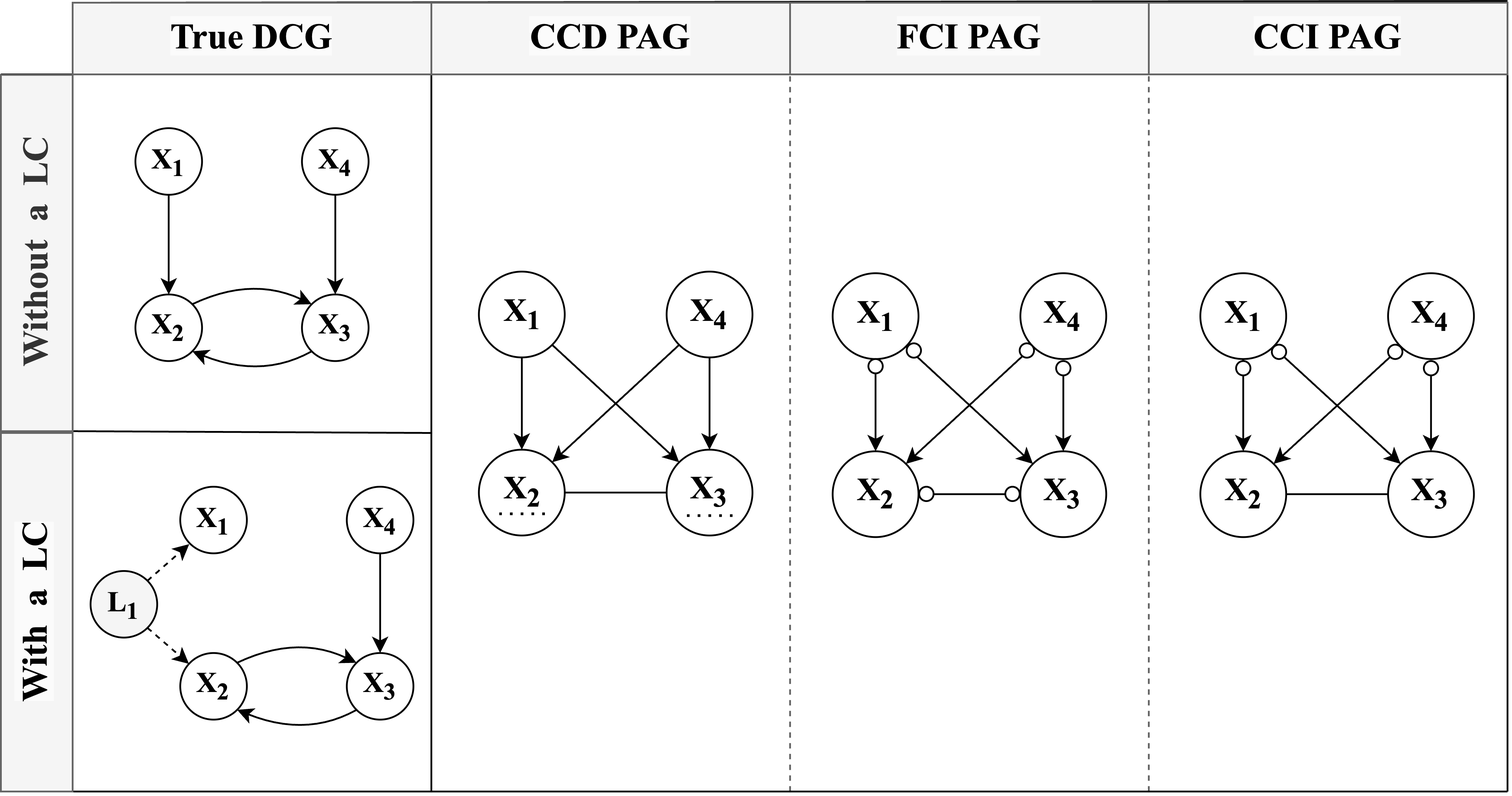
The draw.io diagram others/Research Report/figures/overviewalgo.png in KyuriP/Discovering_CCM, before a commit. Source tidied: cells renumbered, new cells last; positions are measured from the earlier drawing's top-left corner, leaving out a move shared by most shapes.
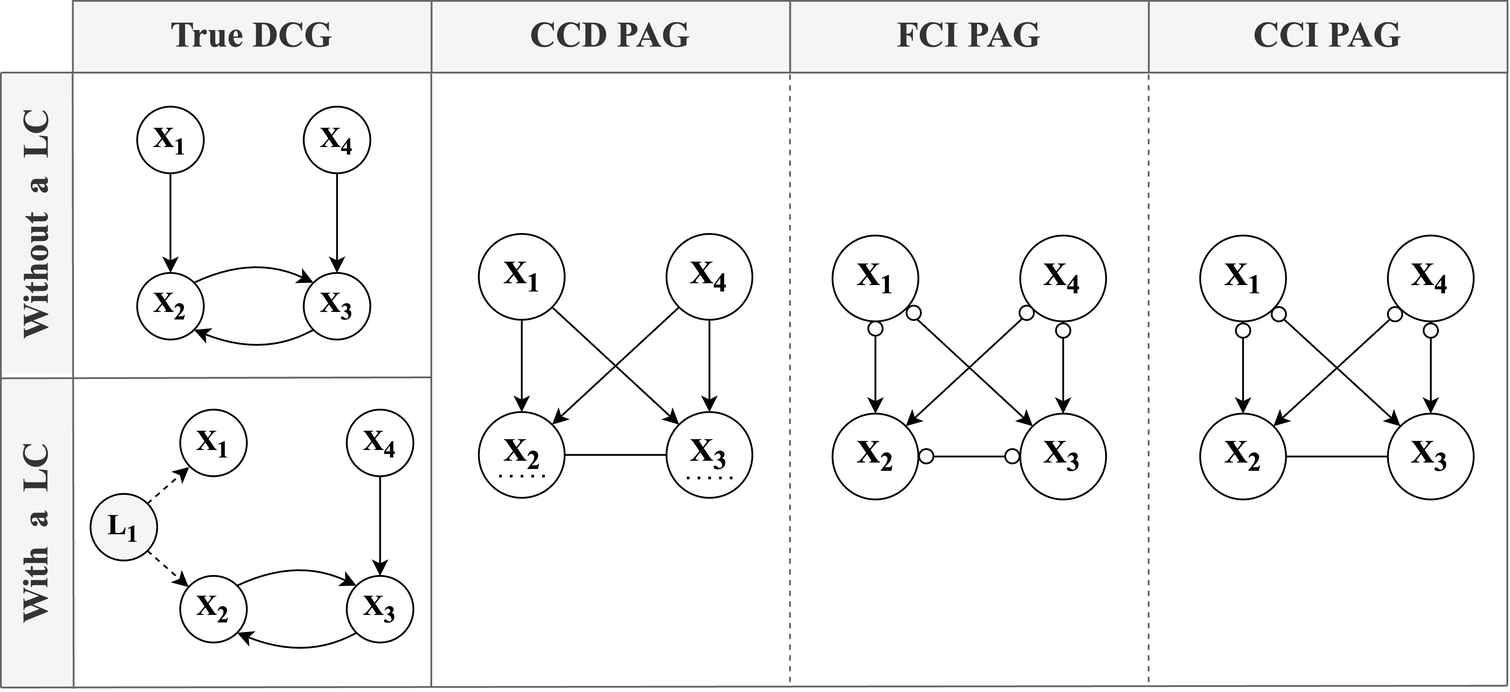
The same file after the commit.

What changed in the source:
```diff
@@ -2,85 +2,67 @@
   <root>
     <mxCell id="0" />
     <mxCell id="1" parent="0" />
+    <mxCell id="17" value="&lt;b style=&quot;border-color: var(--border-color);&quot;&gt;With&amp;nbsp; a&amp;nbsp; LC&lt;/b&gt;" style="text;whiteSpace=wrap;html=1;fontSize=20;fontFamily=Times New Roman;rotation=-90;fillColor=#f5f5f5;fontColor=#333333;strokeColor=none;align=center;" parent="1" vertex="1">
+      <mxGeometry x="14" y="298.1" width="173.1" height="40" as="geometry" />
+    </mxCell>
+    <mxCell id="16" value="&lt;div style=&quot;&quot;&gt;&lt;span style=&quot;background-color: initial;&quot;&gt;&lt;b&gt;Without&amp;nbsp; a&amp;nbsp; LC&lt;/b&gt;&lt;/span&gt;&lt;/div&gt;" style="text;whiteSpace=wrap;html=1;fontSize=20;fontFamily=Times New Roman;flipH=1;flipV=1;direction=west;rotation=-90;fillColor=#f5f5f5;fontColor=#333333;strokeColor=none;align=center;" parent="1" vertex="1">
+      <mxGeometry x="17.4" y="125.4" width="167.1" height="40" as="geometry" />
+    </mxCell>
-    <mxCell id="2" style="endArrow=none;html=1;rounded=0;" parent="1" edge="1">
+    <mxCell id="2" style="endArrow=none;html=1;rounded=0;strokeColor=#666666;" parent="1" edge="1">
       <mxGeometry relative="1" as="geometry">
-        <mxPoint x="320" y="441" as="sourcePoint" />
-        <mxPoint x="320" y="1" as="targetPoint" />
+        <mxPoint x="320" y="404" as="sourcePoint" />
+        <mxPoint x="320" y="23" as="targetPoint" />
       </mxGeometry>
     </mxCell>
-    <mxCell id="3" style="endArrow=none;html=1;rounded=0;" parent="1" edge="1">
+    <mxCell id="3" style="endArrow=none;html=1;rounded=0;strokeColor=#666666;" parent="1" edge="1">
       <mxGeometry relative="1" as="geometry">
-        <mxPoint x="80" y="41" as="sourcePoint" />
-        <mxPoint x="920" y="41" as="targetPoint" />
+        <mxPoint x="80" y="61" as="sourcePoint" />
+        <mxPoint x="920" y="61" as="targetPoint" />
       </mxGeometry>
     </mxCell>
-    <mxCell id="4" style="endArrow=none;html=1;rounded=0;exitX=1;exitY=0;exitDx=0;exitDy=0;" parent="1" edge="1" source="16">
-      <mxGeometry relative="1" as="geometry">
-        <mxPoint x="320" y="241" as="targetPoint" />
-      </mxGeometry>
-    </mxCell>
-    <mxCell id="5" style="endArrow=none;html=1;rounded=0;" parent="1" edge="1">
+    <mxCell id="5" style="endArrow=none;html=1;rounded=0;exitX=0;exitY=1;exitDx=0;exitDy=0;strokeColor=#666666;" parent="1" edge="1" source="17">
       <mxGeometry relative="1" as="geometry">
-        <mxPoint x="120" y="441" as="sourcePoint" />
-        <mxPoint x="120" y="1" as="targetPoint" />
+        <mxPoint x="120" y="61" as="targetPoint" />
       </mxGeometry>
     </mxCell>
     <mxCell id="6" style="endArrow=none;html=1;rounded=0;fillColor=#f5f5f5;strokeColor=#666666;dashed=1;" parent="1" edge="1">
       <mxGeometry relative="1" as="geometry">
-        <mxPoint x="520" y="441" as="sourcePoint" />
-        <mxPoint x="520" y="1" as="targetPoint" />
+        <mxPoint x="520" y="401" as="sourcePoint" />
+        <mxPoint x="520" y="21" as="targetPoint" />
       </mxGeometry>
     </mxCell>
     <mxCell id="7" style="endArrow=none;html=1;rounded=0;fillColor=#f5f5f5;strokeColor=#666666;dashed=1;" parent="1" edge="1">
       <mxGeometry relative="1" as="geometry">
-        <mxPoint x="720" y="441" as="sourcePoint" />
-        <mxPoint x="720" y="1" as="targetPoint" />
+        <mxPoint x="720" y="401" as="sourcePoint" />
+        <mxPoint x="720" y="21" as="targetPoint" />
       </mxGeometry>
     </mxCell>
-    <mxCell id="8" style="endArrow=none;html=1;rounded=0;" parent="1" edge="1">
+    <mxCell id="8" style="endArrow=none;html=1;rounded=0;strokeColor=#666666;" parent="1" edge="1">
       <mxGeometry relative="1" as="geometry">
-        <mxPoint x="920" y="441" as="sourcePoint" />
-        <mxPoint x="920" y="1" as="targetPoint" />
+        <mxPoint x="920" y="403" as="sourcePoint" />
+        <mxPoint x="920" y="22" as="targetPoint" />
       </mxGeometry>
     </mxCell>
-    <mxCell id="9" style="endArrow=none;html=1;rounded=0;" parent="1" edge="1">
-      <mxGeometry relative="1" as="geometry">
-        <mxPoint x="80" y="441" as="sourcePoint" />
-        <mxPoint x="920" y="441" as="targetPoint" />
-      </mxGeometry>
-    </mxCell>
-    <mxCell id="10" style="endArrow=none;html=1;rounded=0;" parent="1" edge="1">
-      <mxGeometry relative="1" as="geometry">
-        <mxPoint x="120" y="1" as="sourcePoint" />
-        <mxPoint x="920" y="0.1" as="targetPoint" />
-      </mxGeometry>
-    </mxCell>
-    <mxCell id="11" style="endArrow=none;html=1;rounded=0;" parent="1" edge="1">
+    <mxCell id="11" style="endArrow=none;html=1;rounded=0;startSize=6;strokeColor=#666666;" parent="1" edge="1">
       <mxGeometry relative="1" as="geometry">
-        <mxPoint x="80" y="441" as="sourcePoint" />
-        <mxPoint x="80" y="41" as="targetPoint" />
+        <mxPoint x="80" y="404" as="sourcePoint" />
+        <mxPoint x="80" y="61" as="targetPoint" />
       </mxGeometry>
     </mxCell>
-    <mxCell id="12" value="&lt;b style=&quot;border-color: var(--border-color); color: rgb(0, 0, 0); font-family: &amp;quot;Times New Roman&amp;quot;; font-size: 20px; font-style: normal; font-variant-ligatures: normal; font-variant-caps: normal; letter-spacing: normal; orphans: 2; text-indent: 0px; text-transform: none; widows: 2; word-spacing: 0px; -webkit-text-stroke-width: 0px; background-color: rgb(251, 251, 251); text-decoration-thickness: initial; text-decoration-style: initial; text-decoration-color: initial;&quot;&gt;CCD PAG&lt;/b&gt;" style="text;whiteSpace=wrap;html=1;fontSize=20;fontFamily=Times New Roman;align=center;fillColor=#f5f5f5;fontColor=#333333;strokeColor=#666666;" parent="1" vertex="1">
-      <mxGeometry x="320" y="1" width="200" height="40" as="geometry" />
+    <mxCell id="12" value="&lt;span style=&quot;background-color: rgb(245, 245, 245);&quot;&gt;&lt;b&gt;CCD PAG&lt;/b&gt;&lt;/span&gt;" style="text;whiteSpace=wrap;html=1;fontSize=20;fontFamily=Times New Roman;align=center;fillColor=#f5f5f5;fontColor=#333333;strokeColor=#666666;" parent="1" vertex="1">
+      <mxGeometry x="320.1" y="21" width="200" height="40" as="geometry" />
     </mxCell>
-    <mxCell id="13" value="&lt;b style=&quot;border-color: var(--border-color); color: rgb(0, 0, 0); font-family: &amp;quot;Times New Roman&amp;quot;; font-size: 20px; font-style: normal; font-variant-ligatures: normal; font-variant-caps: normal; letter-spacing: normal; orphans: 2; text-indent: 0px; text-transform: none; widows: 2; word-spacing: 0px; -webkit-text-stroke-width: 0px; background-color: rgb(251, 251, 251); text-decoration-thickness: initial; text-decoration-style: initial; text-decoration-color: initial;&quot;&gt;FCI PAG&lt;/b&gt;" style="text;whiteSpace=wrap;html=1;fontSize=20;fontFamily=Times New Roman;align=center;fillColor=#f5f5f5;fontColor=#333333;strokeColor=#666666;" parent="1" vertex="1">
-      <mxGeometry x="520" y="1" width="200" height="40" as="geometry" />
+    <mxCell id="13" value="&lt;span style=&quot;background-color: rgb(245, 245, 245);&quot;&gt;&lt;b&gt;FCI PAG&lt;/b&gt;&lt;/span&gt;" style="text;whiteSpace=wrap;html=1;fontSize=20;fontFamily=Times New Roman;align=center;fillColor=#f5f5f5;fontColor=#333333;strokeColor=#666666;" parent="1" vertex="1">
+      <mxGeometry x="520.1" y="21" width="200" height="40" as="geometry" />
     </mxCell>
-    <mxCell id="14" value="&lt;b style=&quot;border-color: var(--border-color); color: rgb(0, 0, 0); font-family: &amp;quot;Times New Roman&amp;quot;; font-size: 20px; font-style: normal; font-variant-ligatures: normal; font-variant-caps: normal; letter-spacing: normal; orphans: 2; text-indent: 0px; text-transform: none; widows: 2; word-spacing: 0px; -webkit-text-stroke-width: 0px; background-color: rgb(251, 251, 251); text-decoration-thickness: initial; text-decoration-style: initial; text-decoration-color: initial;&quot;&gt;CCI PAG&lt;/b&gt;" style="text;whiteSpace=wrap;html=1;fontSize=20;fontFamily=Times New Roman;align=center;fillColor=#f5f5f5;fontColor=#333333;strokeColor=#666666;" parent="1" vertex="1">
-      <mxGeometry x="720" y="1" width="200" height="40" as="geometry" />
+    <mxCell id="14" value="&lt;span style=&quot;background-color: rgb(245, 245, 245);&quot;&gt;&lt;b&gt;CCI PAG&lt;/b&gt;&lt;/span&gt;" style="text;whiteSpace=wrap;html=1;fontSize=20;fontFamily=Times New Roman;align=center;fillColor=#f5f5f5;fontColor=#333333;strokeColor=#666666;" parent="1" vertex="1">
+      <mxGeometry x="720.1" y="21" width="200" height="40" as="geometry" />
     </mxCell>
-    <mxCell id="15" value="&lt;b style=&quot;border-color: var(--border-color); color: rgb(0, 0, 0); font-family: &amp;quot;Times New Roman&amp;quot;; font-size: 20px; font-style: normal; font-variant-ligatures: normal; font-variant-caps: normal; letter-spacing: normal; orphans: 2; text-indent: 0px; text-transform: none; widows: 2; word-spacing: 0px; -webkit-text-stroke-width: 0px; background-color: rgb(251, 251, 251); text-decoration-thickness: initial; text-decoration-style: initial; text-decoration-color: initial;&quot;&gt;True DCG&lt;/b&gt;" style="text;whiteSpace=wrap;html=1;fontSize=20;fontFamily=Times New Roman;fillColor=#f5f5f5;fontColor=#333333;strokeColor=#666666;align=center;" parent="1" vertex="1">
-      <mxGeometry x="120" y="1" width="200" height="40" as="geometry" />
+    <mxCell id="15" value="&lt;span style=&quot;background-color: rgb(245, 245, 245);&quot;&gt;&lt;b&gt;True DCG&lt;/b&gt;&lt;/span&gt;" style="text;whiteSpace=wrap;html=1;fontSize=20;fontFamily=Times New Roman;fillColor=#f5f5f5;fontColor=#333333;strokeColor=#666666;align=center;" parent="1" vertex="1">
+      <mxGeometry x="120.1" y="21" width="200" height="40" as="geometry" />
     </mxCell>
-    <mxCell id="16" value="&lt;div style=&quot;&quot;&gt;&lt;span style=&quot;background-color: initial;&quot;&gt;&lt;b&gt;Without&amp;nbsp; a&amp;nbsp; LC&lt;/b&gt;&lt;/span&gt;&lt;/div&gt;" style="text;whiteSpace=wrap;html=1;fontSize=20;fontFamily=Times New Roman;flipH=1;flipV=1;direction=west;rotation=-90;fillColor=#f5f5f5;fontColor=#333333;strokeColor=#666666;align=center;" parent="1" vertex="1">
-      <mxGeometry x="0.6" y="120.6" width="198.8" height="40" as="geometry" />
-    </mxCell>
-    <mxCell id="17" value="&lt;b style=&quot;border-color: var(--border-color); color: rgb(0, 0, 0); font-family: &amp;quot;Times New Roman&amp;quot;; font-size: 20px; font-style: normal; font-variant-ligatures: normal; font-variant-caps: normal; letter-spacing: normal; orphans: 2; text-indent: 0px; text-transform: none; widows: 2; word-spacing: 0px; -webkit-text-stroke-width: 0px; background-color: rgb(251, 251, 251); text-decoration-thickness: initial; text-decoration-style: initial; text-decoration-color: initial;&quot;&gt;With&amp;nbsp; a&amp;nbsp; LC&lt;/b&gt;" style="text;whiteSpace=wrap;html=1;fontSize=20;fontFamily=Times New Roman;rotation=-90;fillColor=#f5f5f5;fontColor=#333333;strokeColor=#666666;align=center;" parent="1" vertex="1">
-      <mxGeometry y="321" width="200" height="40" as="geometry" />
-    </mxCell>
     <mxCell id="18" style="group;" parent="1" vertex="1">
-      <mxGeometry x="155" y="71" width="130" height="140" as="geometry" />
+      <mxGeometry x="156" y="80" width="130" height="140" as="geometry" />
     </mxCell>
     <mxCell id="19" value="&lt;font face=&quot;Times New Roman&quot; style=&quot;font-size: 16px;&quot;&gt;&lt;b&gt;X&lt;sub&gt;1&lt;/sub&gt;&lt;/b&gt;&lt;/font&gt;" style="ellipse;whiteSpace=wrap;html=1;" parent="18" vertex="1">
       <mxGeometry width="37.1" height="37.1" as="geometry" />
@@ -115,10 +97,10 @@
       </mxGeometry>
     </mxCell>
     <mxCell id="27" style="group;" parent="1" vertex="1">
-      <mxGeometry x="130" y="271" width="180" height="140" as="geometry" />
+      <mxGeometry x="130" y="251" width="180" height="140" as="geometry" />
     </mxCell>
     <mxCell id="28" style="group;" parent="27" vertex="1">
-      <mxGeometry x="50" width="130" height="140" as="geometry" />
+      <mxGeometry x="50" y="-2" width="130" height="140" as="geometry" />
     </mxCell>
     <mxCell id="29" value="&lt;font face=&quot;Times New Roman&quot; style=&quot;font-size: 16px;&quot;&gt;&lt;b&gt;X&lt;sub&gt;1&lt;/sub&gt;&lt;/b&gt;&lt;/font&gt;" style="ellipse;whiteSpace=wrap;html=1;" parent="28" vertex="1">
       <mxGeometry width="37.1" height="37.1" as="geometry" />
@@ -150,15 +132,18 @@
       </mxGeometry>
     </mxCell>
     <mxCell id="36" value="&lt;font face=&quot;Times New Roman&quot; color=&quot;#000000&quot; style=&quot;font-size: 16px;&quot;&gt;&lt;b&gt;L&lt;sub&gt;1&lt;/sub&gt;&lt;/b&gt;&lt;/font&gt;" style="ellipse;whiteSpace=wrap;html=1;fillColor=#f5f5f5;fontColor=#333333;strokeColor=#000000;" parent="27" vertex="1">
-      <mxGeometry y="47" width="37.1" height="37.1" as="geometry" />
+      <mxGeometry y="45" width="37.1" height="37.1" as="geometry" />
     </mxCell>
-    <mxCell id="37" style="endArrow=classic;html=1;rounded=0;fontFamily=Times New Roman;fontSize=20;exitX=1;exitY=0;exitDx=0;exitDy=0;dashed=1;" parent="27" edge="1" source="36">
+    <mxCell id="37" style="endArrow=classic;html=1;rounded=0;fontFamily=Times New Roman;fontSize=20;exitX=1;exitY=0;exitDx=0;exitDy=0;dashed=1;" parent="27" edge="1">
       <mxGeometry relative="1" as="geometry">
-        <mxPoint x="55" y="32" as="targetPoint" />
+        <mxPoint x="31.7" y="50.4" as="sourcePoint" />
+        <mxPoint x="55" y="30" as="targetPoint" />
       </mxGeometry>
     </mxCell>
-    <mxCell id="38" style="endArrow=classic;html=1;rounded=0;fontFamily=Times New Roman;fontSize=20;exitX=1;exitY=1;exitDx=0;exitDy=0;dashed=1;" parent="27" edge="1" source="36" target="30">
-      <mxGeometry relative="1" as="geometry" />
+    <mxCell id="38" style="endArrow=classic;html=1;rounded=0;fontFamily=Times New Roman;fontSize=20;exitX=1;exitY=1;exitDx=0;exitDy=0;dashed=1;" parent="27" edge="1" target="30">
+      <mxGeometry relative="1" as="geometry">
+        <mxPoint x="31.7" y="76.7" as="sourcePoint" />
+      </mxGeometry>
     </mxCell>
     <mxCell id="39" style="group;" parent="1" vertex="1">
       <mxGeometry x="346.5" y="151" width="157" height="149" as="geometry" />
@@ -301,5 +286,16 @@
     <mxCell id="83" style="ellipse;whiteSpace=wrap;html=1;strokeColor=#000000;strokeWidth=1;fontFamily=Times New Roman;fontSize=18;fontColor=#000000;" parent="1" vertex="1">
       <mxGeometry x="788.6" y="191.8" width="8" height="8" as="geometry" />
     </mxCell>
+    <mxCell id="4" style="endArrow=none;html=1;rounded=0;exitX=1;exitY=0;exitDx=0;exitDy=0;strokeColor=#666666;" parent="1" edge="1" source="17">
+      <mxGeometry relative="1" as="geometry">
+        <mxPoint x="320" y="231" as="targetPoint" />
+      </mxGeometry>
+    </mxCell>
+    <mxCell id="9" style="endArrow=none;html=1;rounded=0;strokeColor=#666666;" parent="1" edge="1">
+      <mxGeometry relative="1" as="geometry">
+        <mxPoint x="80" y="404" as="sourcePoint" />
+        <mxPoint x="920" y="403" as="targetPoint" />
+      </mxGeometry>
+    </mxCell>
   </root>
 </mxGraphModel>
```
